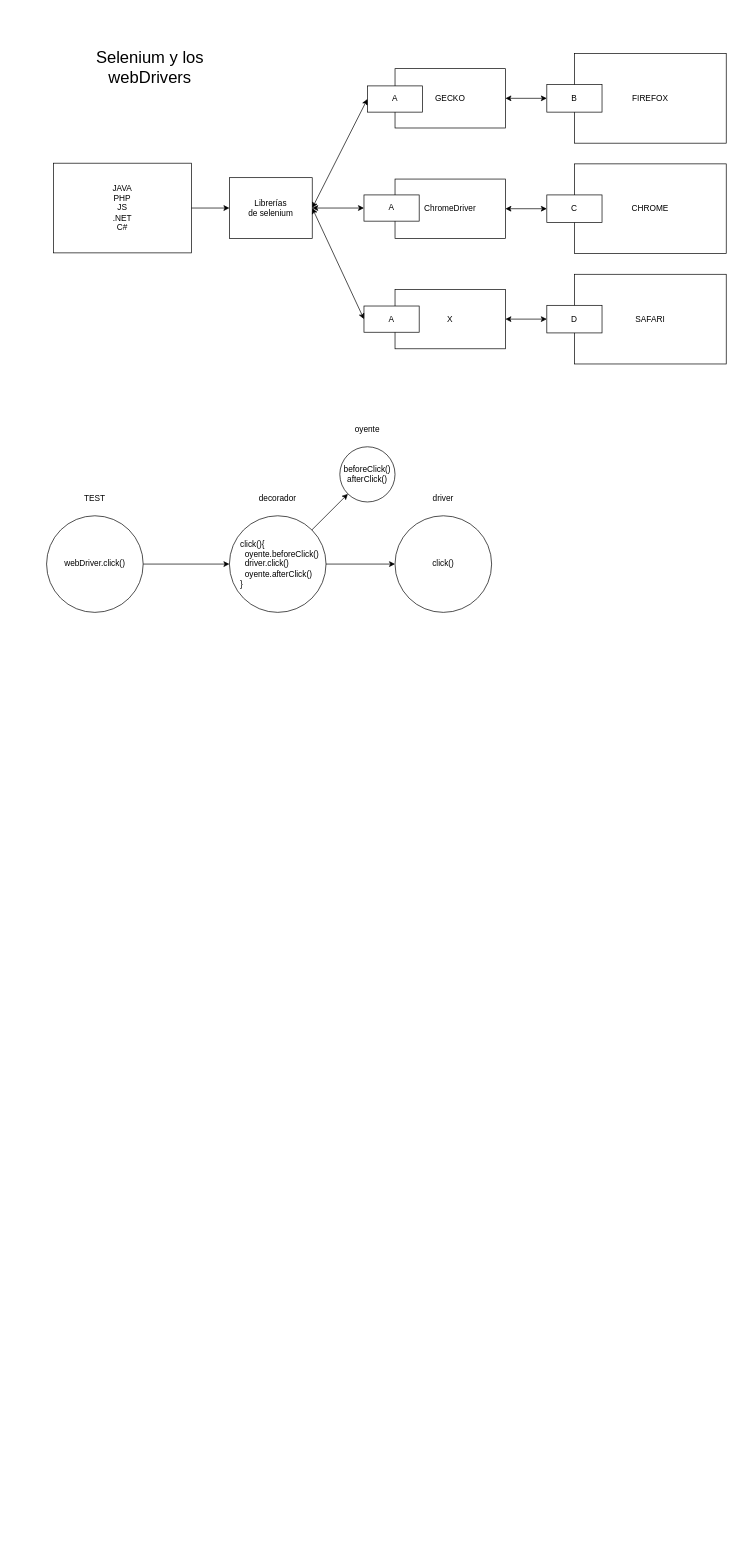
The draw.io diagram page "Página-7" (7 of 12) of tdd.drawio in lrag/TDD, before the edit. Source tidied: cells renumbered, new cells numbered last; positions are measured from the earlier drawing's top-left corner, leaving out a move shared by most shapes. Both pictures are drawn from the tidied source at 69%, with x=0, y=0 at pixel (46, 53).
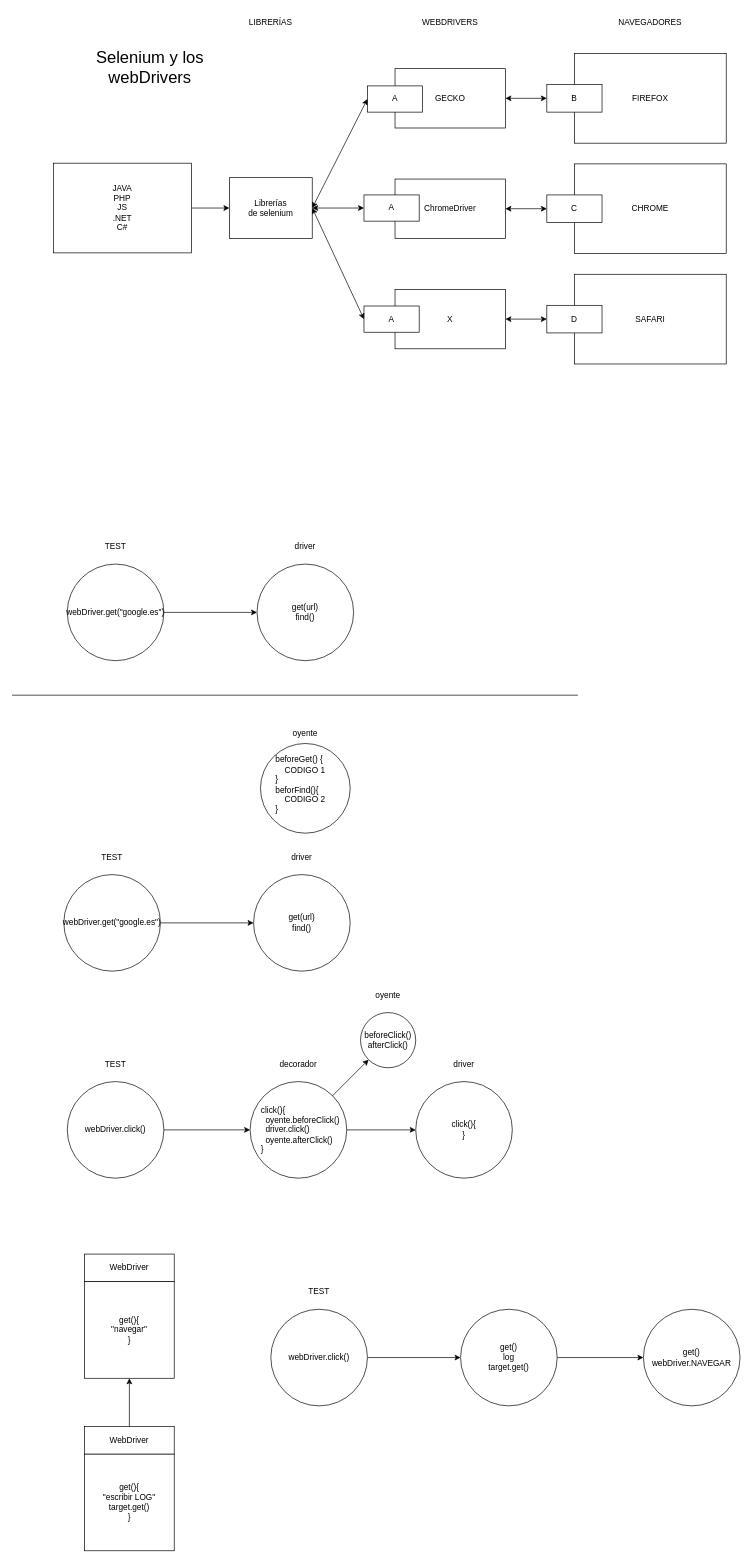
The same diagram, later.

Diff of the diagram source:
```diff
@@
-    <mxCell id="24" value="click()" style="ellipse;whiteSpace=wrap;html=1;" parent="1" vertex="1">
-      <mxGeometry x="505" y="670" width="140" height="140" as="geometry" />
+    <mxCell id="24" value="click(){&lt;br&gt;}" style="ellipse;whiteSpace=wrap;html=1;" parent="1" vertex="1">
+      <mxGeometry x="535" y="1490" width="140" height="140" as="geometry" />
     </mxCell>
@@
     <mxCell id="26" style="ellipse;whiteSpace=wrap;html=1;" parent="1" vertex="1">
-      <mxGeometry x="265" y="670" width="140" height="140" as="geometry" />
+      <mxGeometry x="295" y="1490" width="140" height="140" as="geometry" />
     </mxCell>
     <mxCell id="27" value="driver" style="text;html=1;strokeColor=none;fillColor=none;align=center;verticalAlign=middle;whiteSpace=wrap;rounded=0;" parent="1" vertex="1">
-      <mxGeometry x="545" y="630" width="60" height="30" as="geometry" />
+      <mxGeometry x="575" y="1450" width="60" height="30" as="geometry" />
     </mxCell>
     <mxCell id="28" value="decorador" style="text;html=1;strokeColor=none;fillColor=none;align=center;verticalAlign=middle;whiteSpace=wrap;rounded=0;" parent="1" vertex="1">
-      <mxGeometry x="305" y="630" width="60" height="30" as="geometry" />
+      <mxGeometry x="335" y="1450" width="60" height="30" as="geometry" />
     </mxCell>
     <mxCell id="29" value="beforeClick()&lt;br&gt;afterClick()" style="ellipse;whiteSpace=wrap;html=1;" parent="1" vertex="1">
-      <mxGeometry x="425" y="570" width="80" height="80" as="geometry" />
+      <mxGeometry x="455" y="1390" width="80" height="80" as="geometry" />
     </mxCell>
@@
     <mxCell id="31" value="click(){&lt;br style=&quot;border-color: var(--border-color);&quot;&gt;&amp;nbsp; oyente.beforeClick()&lt;br style=&quot;border-color: var(--border-color);&quot;&gt;&amp;nbsp; driver.click()&lt;br style=&quot;border-color: var(--border-color);&quot;&gt;&amp;nbsp; oyente.afterClick()&lt;br style=&quot;border-color: var(--border-color);&quot;&gt;}" style="text;html=1;strokeColor=none;fillColor=none;align=left;verticalAlign=middle;whiteSpace=wrap;rounded=0;" parent="1" vertex="1">
-      <mxGeometry x="278.8" y="690" width="141.2" height="100" as="geometry" />
+      <mxGeometry x="308.8" y="1510" width="141.2" height="100" as="geometry" />
     </mxCell>
     <mxCell id="32" value="oyente" style="text;html=1;strokeColor=none;fillColor=none;align=center;verticalAlign=middle;whiteSpace=wrap;rounded=0;" parent="1" vertex="1">
-      <mxGeometry x="435" y="530" width="60" height="30" as="geometry" />
+      <mxGeometry x="465" y="1350" width="60" height="30" as="geometry" />
     </mxCell>
@@
     <mxCell id="34" value="webDriver.click()" style="ellipse;whiteSpace=wrap;html=1;" parent="1" vertex="1">
-      <mxGeometry y="670" width="140" height="140" as="geometry" />
+      <mxGeometry x="30" y="1490" width="140" height="140" as="geometry" />
     </mxCell>
     <mxCell id="35" value="TEST" style="text;html=1;strokeColor=none;fillColor=none;align=center;verticalAlign=middle;whiteSpace=wrap;rounded=0;" parent="1" vertex="1">
-      <mxGeometry x="40" y="630" width="60" height="30" as="geometry" />
+      <mxGeometry x="70" y="1450" width="60" height="30" as="geometry" />
     </mxCell>
+    <mxCell id="36" value="WEBDRIVERS" style="text;html=1;strokeColor=none;fillColor=none;align=center;verticalAlign=middle;whiteSpace=wrap;rounded=0;" parent="1" vertex="1">
+      <mxGeometry x="555" y="-60" width="60" height="30" as="geometry" />
+    </mxCell>
+    <mxCell id="37" value="NAVEGADORES" style="text;html=1;strokeColor=none;fillColor=none;align=center;verticalAlign=middle;whiteSpace=wrap;rounded=0;" parent="1" vertex="1">
+      <mxGeometry x="845" y="-60" width="60" height="30" as="geometry" />
+    </mxCell>
+    <mxCell id="38" value="LIBRERÍAS" style="text;html=1;strokeColor=none;fillColor=none;align=center;verticalAlign=middle;whiteSpace=wrap;rounded=0;" parent="1" vertex="1">
+      <mxGeometry x="295" y="-60" width="60" height="30" as="geometry" />
+    </mxCell>
+    <mxCell id="39" style="edgeStyle=orthogonalEdgeStyle;rounded=0;jettySize=auto;html=1;" parent="1" edge="1" source="40" target="42">
+      <mxGeometry relative="1" as="geometry" />
+    </mxCell>
+    <mxCell id="40" value="webDriver.get(&quot;google.es&quot;)" style="ellipse;whiteSpace=wrap;html=1;" parent="1" vertex="1">
+      <mxGeometry x="30" y="740" width="140" height="140" as="geometry" />
+    </mxCell>
+    <mxCell id="41" value="TEST" style="text;html=1;strokeColor=none;fillColor=none;align=center;verticalAlign=middle;whiteSpace=wrap;rounded=0;" parent="1" vertex="1">
+      <mxGeometry x="70" y="700" width="60" height="30" as="geometry" />
+    </mxCell>
+    <mxCell id="42" value="get(url)&lt;br&gt;find()" style="ellipse;whiteSpace=wrap;html=1;" parent="1" vertex="1">
+      <mxGeometry x="305" y="740" width="140" height="140" as="geometry" />
+    </mxCell>
+    <mxCell id="43" value="driver" style="text;html=1;strokeColor=none;fillColor=none;align=center;verticalAlign=middle;whiteSpace=wrap;rounded=0;" parent="1" vertex="1">
+      <mxGeometry x="345" y="700" width="60" height="30" as="geometry" />
+    </mxCell>
+    <mxCell id="44" style="ellipse;whiteSpace=wrap;html=1;" parent="1" vertex="1">
+      <mxGeometry x="310" y="1000" width="130" height="130" as="geometry" />
+    </mxCell>
+    <mxCell id="45" value="oyente" style="text;html=1;strokeColor=none;fillColor=none;align=center;verticalAlign=middle;whiteSpace=wrap;rounded=0;" parent="1" vertex="1">
+      <mxGeometry x="345" y="970" width="60" height="30" as="geometry" />
+    </mxCell>
+    <mxCell id="46" value="beforeGet() {&lt;br style=&quot;border-color: var(--border-color);&quot;&gt;&amp;nbsp; &amp;nbsp; CODIGO 1&lt;br style=&quot;border-color: var(--border-color);&quot;&gt;}&lt;br style=&quot;border-color: var(--border-color);&quot;&gt;beforFind(){&amp;nbsp;&lt;br style=&quot;border-color: var(--border-color);&quot;&gt;&amp;nbsp; &amp;nbsp; CODIGO 2&lt;br style=&quot;border-color: var(--border-color);&quot;&gt;&lt;div style=&quot;&quot;&gt;&lt;span style=&quot;background-color: initial;&quot;&gt;}&lt;/span&gt;&lt;/div&gt;" style="text;html=1;strokeColor=none;fillColor=none;align=left;verticalAlign=middle;whiteSpace=wrap;rounded=0;" parent="1" vertex="1">
+      <mxGeometry x="330" y="1020" width="90" height="80" as="geometry" />
+    </mxCell>
+    <mxCell id="47" style="edgeStyle=orthogonalEdgeStyle;rounded=0;jettySize=auto;html=1;" parent="1" edge="1" source="48" target="50">
+      <mxGeometry relative="1" as="geometry" />
+    </mxCell>
+    <mxCell id="48" value="webDriver.get(&quot;google.es&quot;)" style="ellipse;whiteSpace=wrap;html=1;" parent="1" vertex="1">
+      <mxGeometry x="25" y="1190" width="140" height="140" as="geometry" />
+    </mxCell>
+    <mxCell id="49" value="TEST" style="text;html=1;strokeColor=none;fillColor=none;align=center;verticalAlign=middle;whiteSpace=wrap;rounded=0;" parent="1" vertex="1">
+      <mxGeometry x="65" y="1150" width="60" height="30" as="geometry" />
+    </mxCell>
+    <mxCell id="50" value="get(url)&lt;br&gt;find()" style="ellipse;whiteSpace=wrap;html=1;" parent="1" vertex="1">
+      <mxGeometry x="300" y="1190" width="140" height="140" as="geometry" />
+    </mxCell>
+    <mxCell id="51" value="driver" style="text;html=1;strokeColor=none;fillColor=none;align=center;verticalAlign=middle;whiteSpace=wrap;rounded=0;" parent="1" vertex="1">
+      <mxGeometry x="340" y="1150" width="60" height="30" as="geometry" />
+    </mxCell>
+    <mxCell id="52" style="endArrow=none;html=1;rounded=0;" parent="1" edge="1">
+      <mxGeometry relative="1" as="geometry">
+        <mxPoint x="-50" y="930" as="sourcePoint" />
+        <mxPoint x="770" y="930" as="targetPoint" />
+      </mxGeometry>
+    </mxCell>
+    <mxCell id="53" value="WebDriver" style="rounded=0;whiteSpace=wrap;html=1;" parent="1" vertex="1">
+      <mxGeometry x="55" y="1740" width="130" height="40" as="geometry" />
+    </mxCell>
+    <mxCell id="54" value="get(){&lt;br&gt;&quot;navegar&quot;&lt;br style=&quot;border-color: var(--border-color);&quot;&gt;}" style="rounded=0;whiteSpace=wrap;html=1;" parent="1" vertex="1">
+      <mxGeometry x="55" y="1780" width="130" height="140" as="geometry" />
+    </mxCell>
+    <mxCell id="55" value="WebDriver" style="rounded=0;whiteSpace=wrap;html=1;" parent="1" vertex="1">
+      <mxGeometry x="55" y="1990" width="130" height="40" as="geometry" />
+    </mxCell>
+    <mxCell id="56" value="get(){&lt;br&gt;&quot;escribir LOG&quot;&lt;br&gt;target.get()&lt;br style=&quot;border-color: var(--border-color);&quot;&gt;}" style="rounded=0;whiteSpace=wrap;html=1;" parent="1" vertex="1">
+      <mxGeometry x="55" y="2030" width="130" height="140" as="geometry" />
+    </mxCell>
+    <mxCell id="57" style="endArrow=classic;html=1;rounded=0;entryX=0.5;entryY=1;entryDx=0;entryDy=0;exitX=0.5;exitY=0;exitDx=0;exitDy=0;" parent="1" edge="1" source="55" target="54">
+      <mxGeometry relative="1" as="geometry" />
+    </mxCell>
+    <mxCell id="58" value="get()&lt;br&gt;webDriver.NAVEGAR" style="ellipse;whiteSpace=wrap;html=1;" parent="1" vertex="1">
+      <mxGeometry x="865" y="1820" width="140" height="140" as="geometry" />
+    </mxCell>
+    <mxCell id="59" style="edgeStyle=orthogonalEdgeStyle;rounded=0;jettySize=auto;html=1;" parent="1" edge="1" source="60" target="58">
+      <mxGeometry relative="1" as="geometry" />
+    </mxCell>
+    <mxCell id="60" value="get()&lt;br&gt;log&lt;br&gt;target.get()" style="ellipse;whiteSpace=wrap;html=1;" parent="1" vertex="1">
+      <mxGeometry x="600" y="1820" width="140" height="140" as="geometry" />
+    </mxCell>
+    <mxCell id="61" style="endArrow=classic;html=1;rounded=0;entryX=0;entryY=0.5;entryDx=0;entryDy=0;" parent="1" edge="1" target="60">
+      <mxGeometry relative="1" as="geometry">
+        <mxPoint x="465" y="1890" as="sourcePoint" />
+      </mxGeometry>
+    </mxCell>
+    <mxCell id="62" value="webDriver.click()" style="ellipse;whiteSpace=wrap;html=1;" parent="1" vertex="1">
+      <mxGeometry x="325" y="1820" width="140" height="140" as="geometry" />
+    </mxCell>
+    <mxCell id="63" value="TEST" style="text;html=1;strokeColor=none;fillColor=none;align=center;verticalAlign=middle;whiteSpace=wrap;rounded=0;" parent="1" vertex="1">
+      <mxGeometry x="365" y="1780" width="60" height="30" as="geometry" />
+    </mxCell>
```
